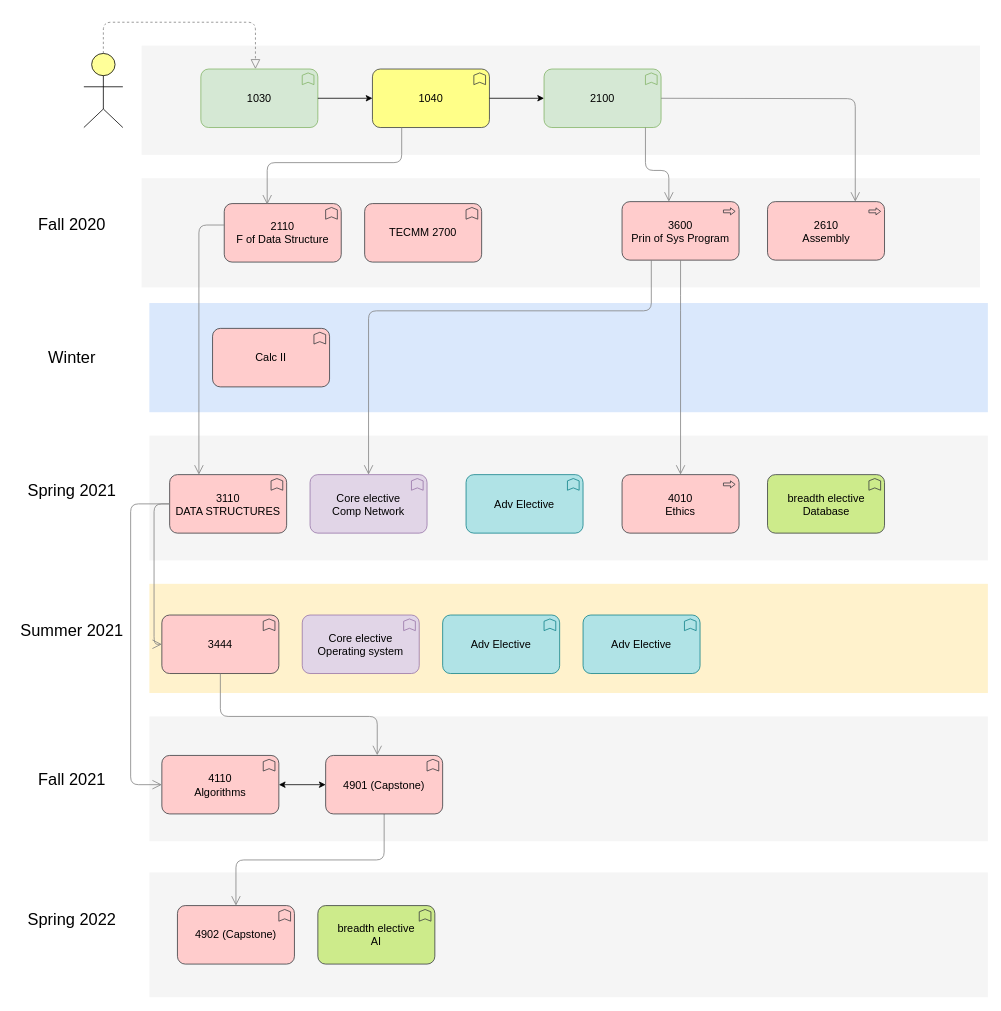
Bishnutimalsina/CS_ keeps this draw.io diagram as Untitled Diagram.drawio. Above is the earlier version. Source tidied: cells renumbered, new cells numbered last; positions are measured from the earlier drawing's top-left corner, leaving out a move shared by most shapes. Both pictures are drawn from the tidied source at 78%, with x=0, y=0 at pixel (13, 22).
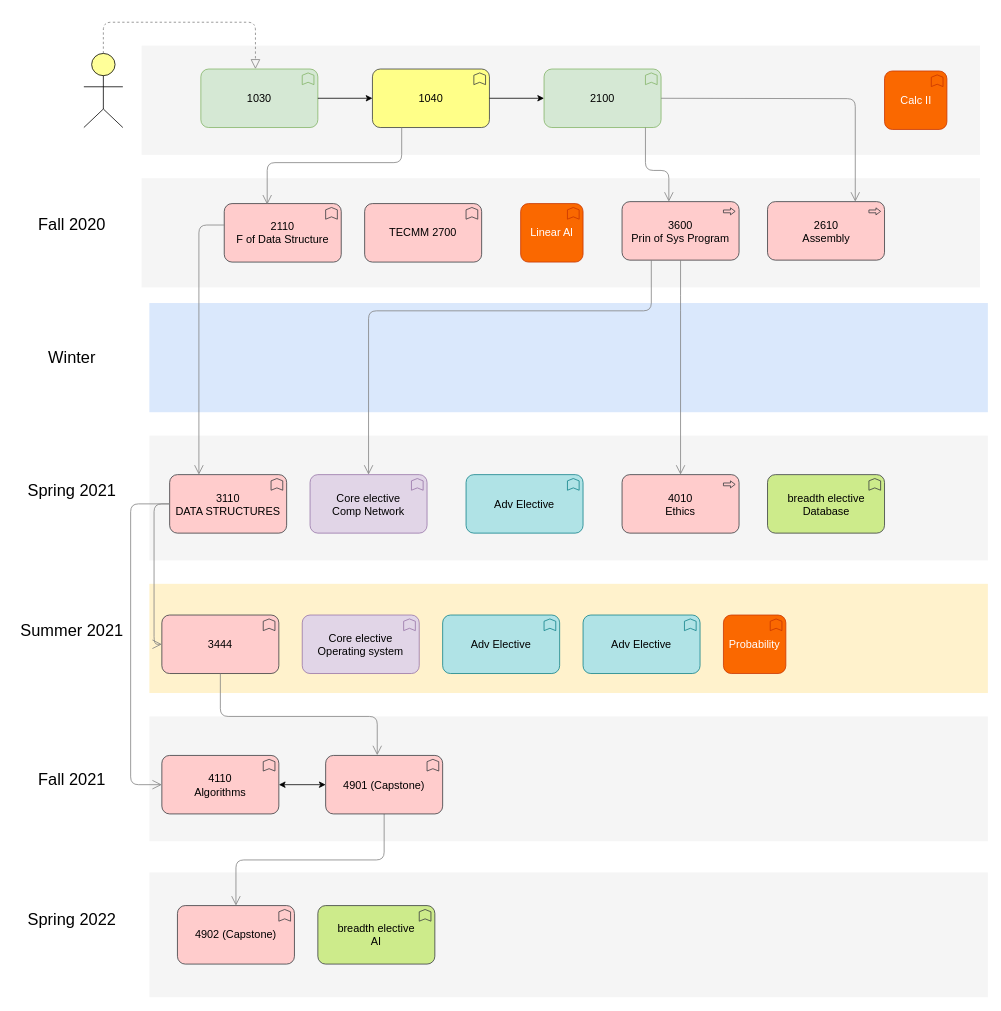
The same page after the edit.

Diff of the diagram source:
```diff
@@
-    <mxCell id="38" value="Calc II" style="html=1;whiteSpace=wrap;fillColor=#ffcccc;shape=mxgraph.archimate3.application;appType=func;archiType=rounded;fontSize=14;strokeColor=#36393d;" parent="1" vertex="1">
-      <mxGeometry x="255" y="392.5" width="150" height="75" as="geometry" />
-    </mxCell>
@@
+    <mxCell id="38" value="Calc II" style="html=1;whiteSpace=wrap;fillColor=#fa6800;shape=mxgraph.archimate3.application;appType=func;archiType=rounded;fontSize=14;strokeColor=#C73500;fontColor=#ffffff;" parent="1" vertex="1">
+      <mxGeometry x="1116.5" y="62.5" width="80" height="75" as="geometry" />
+    </mxCell>
+    <mxCell id="51" value="Probability" style="html=1;whiteSpace=wrap;fillColor=#fa6800;shape=mxgraph.archimate3.application;appType=func;archiType=rounded;fontSize=14;strokeColor=#C73500;fontColor=#ffffff;" parent="1" vertex="1">
+      <mxGeometry x="910" y="760" width="80" height="75" as="geometry" />
+    </mxCell>
+    <mxCell id="52" value="Linear Al" style="html=1;whiteSpace=wrap;fillColor=#fa6800;shape=mxgraph.archimate3.application;appType=func;archiType=rounded;fontSize=14;strokeColor=#C73500;fontColor=#ffffff;" parent="1" vertex="1">
+      <mxGeometry x="650" y="232.5" width="80" height="75" as="geometry" />
+    </mxCell>
```
